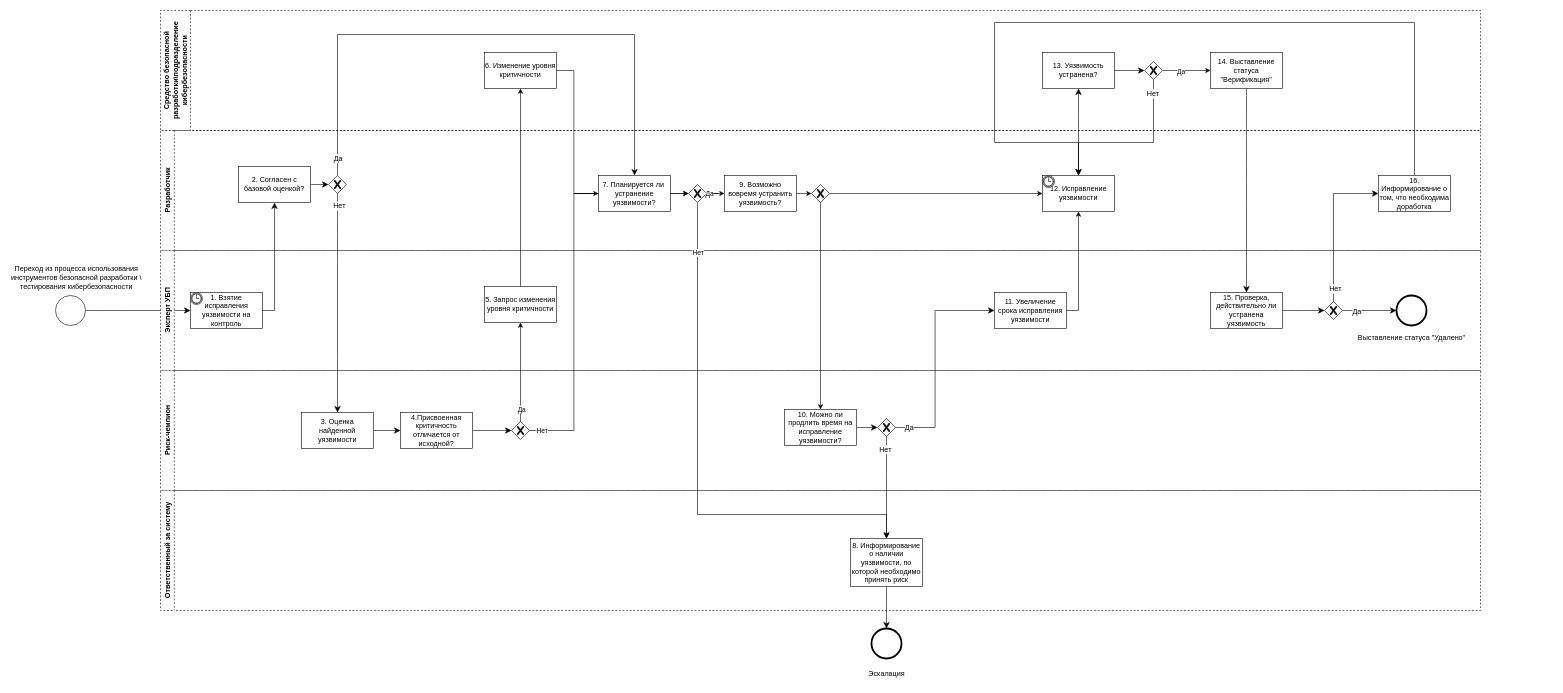
Before: page "Исправление" (3 of 4) of Alfa.drawio in GoluzinaD/Python, a draw.io diagram. Source tidied: cells renumbered, new cells numbered last; positions are measured from the earlier drawing's top-left corner, leaving out a move shared by most shapes. Both pictures are drawn from the tidied source at 60%, with x=0, y=0 at pixel (10, 10).
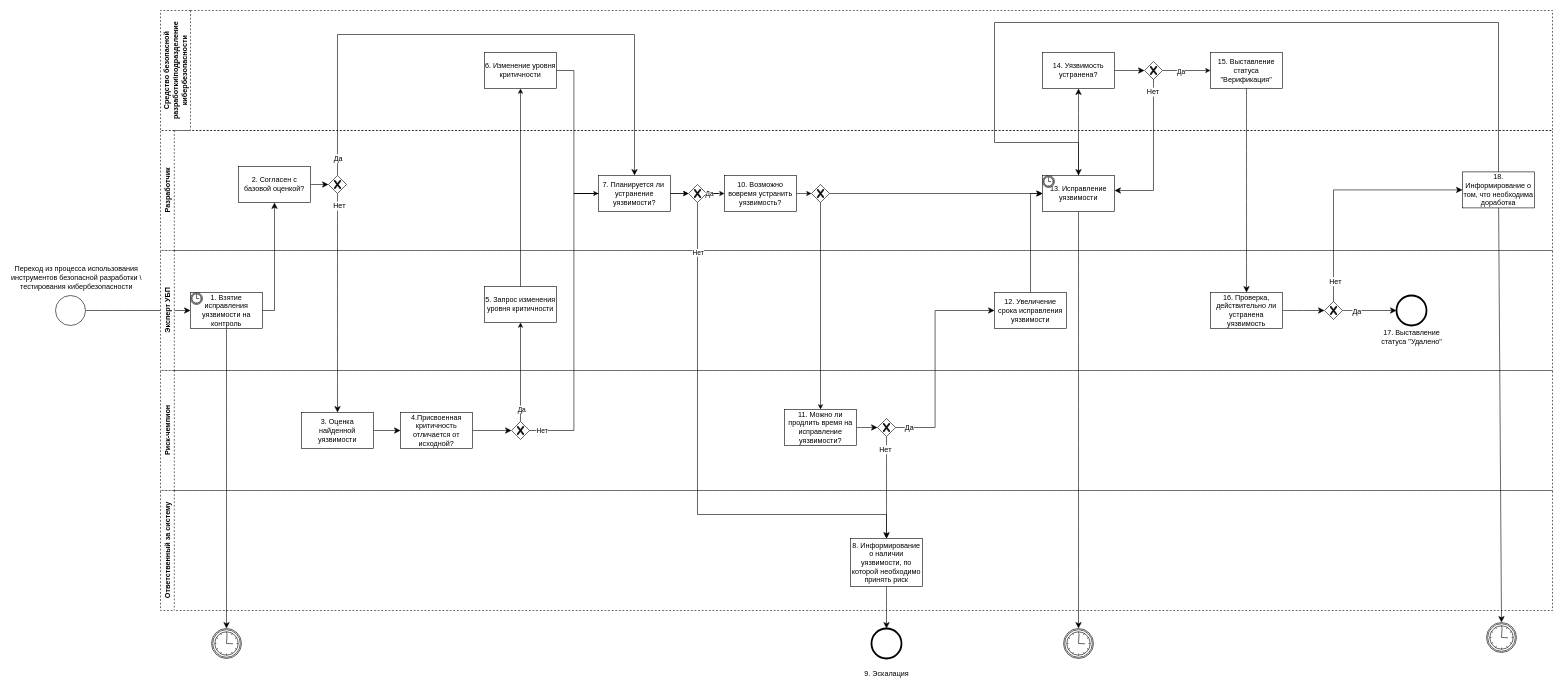
Above is the later version.

Unchanged cells that the change refers to:
```xml
<mxCell id="8" style="points=[[0.25,0.25,0],[0.5,0,0],[0.75,0.25,0],[1,0.5,0],[0.75,0.75,0],[0.5,1,0],[0.25,0.75,0],[0,0.5,0]];shape=mxgraph.bpmn.gateway2;html=1;verticalLabelPosition=bottom;labelBackgroundColor=#ffffff;verticalAlign=top;align=center;perimeter=rhombusPerimeter;outlineConnect=0;outline=none;symbol=none;gwType=exclusive;" parent="5" vertex="1">
  <mxGeometry x="1640" y="85" width="30" height="30" as="geometry" />
</mxCell>
<mxCell id="31" value="1. Взятие исправления уязвимости на контроль" style="rounded=0;whiteSpace=wrap;html=1;" parent="28" vertex="1">
  <mxGeometry x="50" y="70" width="120" height="60" as="geometry" />
</mxCell>
<mxCell id="34" style="points=[[0.25,0.25,0],[0.5,0,0],[0.75,0.25,0],[1,0.5,0],[0.75,0.75,0],[0.5,1,0],[0.25,0.75,0],[0,0.5,0]];shape=mxgraph.bpmn.gateway2;html=1;verticalLabelPosition=bottom;labelBackgroundColor=#ffffff;verticalAlign=top;align=center;perimeter=rhombusPerimeter;outlineConnect=0;outline=none;symbol=none;gwType=exclusive;" parent="28" vertex="1">
  <mxGeometry x="1940" y="85" width="30" height="30" as="geometry" />
</mxCell>
```

Change to the diagram source:
```diff
@@
-    <mxCell id="4" value="Эскалация" style="text;html=1;align=center;verticalAlign=middle;strokeColor=none;fillColor=none;" parent="1" vertex="1">
-      <mxGeometry x="1420" y="1090" width="80" height="30" as="geometry" />
+    <mxCell id="4" value="9. Эскалация" style="text;html=1;align=center;verticalAlign=middle;strokeColor=none;fillColor=none;" parent="1" vertex="1">
+      <mxGeometry x="1410" y="1090" width="100" height="30" as="geometry" />
     </mxCell>
     <mxCell id="5" value="Средство безопасной разработки\подразделение кибербезопасности" style="swimlane;horizontal=0;whiteSpace=wrap;html=1;startSize=50;dashed=1;" parent="1" vertex="1">
-      <mxGeometry x="250" width="2200" height="200" as="geometry" />
+      <mxGeometry x="250" width="2320" height="200" as="geometry" />
     </mxCell>
@@
-    <mxCell id="9" value="14. Выставление статуса &quot;Верификация&quot;" style="rounded=0;whiteSpace=wrap;html=1;" parent="5" vertex="1">
+    <mxCell id="9" value="15. Выставление статуса &quot;Верификация&quot;" style="rounded=0;whiteSpace=wrap;html=1;" parent="5" vertex="1">
       <mxGeometry x="1750" y="70" width="120" height="60" as="geometry" />
     </mxCell>
@@
-    <mxCell id="12" value="13. Уязвимость&lt;br style=&quot;border-color: var(--border-color);&quot;&gt;&lt;span style=&quot;&quot;&gt;устранена?&lt;/span&gt;" style="rounded=0;whiteSpace=wrap;html=1;" parent="5" vertex="1">
+    <mxCell id="12" value="14. Уязвимость&lt;br style=&quot;border-color: var(--border-color);&quot;&gt;&lt;span style=&quot;&quot;&gt;устранена?&lt;/span&gt;" style="rounded=0;whiteSpace=wrap;html=1;" parent="5" vertex="1">
       <mxGeometry x="1470" y="70" width="120" height="60" as="geometry" />
     </mxCell>
     <mxCell id="13" value="Разработчик" style="swimlane;horizontal=0;whiteSpace=wrap;html=1;dashed=1;" parent="1" vertex="1">
-      <mxGeometry x="250" y="200" width="2200" height="200" as="geometry" />
+      <mxGeometry x="250" y="200" width="2320" height="200" as="geometry" />
     </mxCell>
@@
-    <mxCell id="18" value="12. Исправление уязвимости" style="rounded=0;whiteSpace=wrap;html=1;" parent="13" vertex="1">
+    <mxCell id="18" value="13. Исправление уязвимости" style="rounded=0;whiteSpace=wrap;html=1;" parent="13" vertex="1">
       <mxGeometry x="1470" y="75" width="120" height="60" as="geometry" />
     </mxCell>
@@
-    <mxCell id="22" value="9. Возможно&lt;br style=&quot;border-color: var(--border-color);&quot;&gt;&lt;span style=&quot;&quot;&gt;вовремя устранить&lt;/span&gt;&lt;br style=&quot;border-color: var(--border-color);&quot;&gt;&lt;span style=&quot;&quot;&gt;уязвимость?&lt;/span&gt;" style="rounded=0;whiteSpace=wrap;html=1;" parent="13" vertex="1">
+    <mxCell id="22" value="10. Возможно&lt;br style=&quot;border-color: var(--border-color);&quot;&gt;&lt;span style=&quot;&quot;&gt;вовремя устранить&lt;/span&gt;&lt;br style=&quot;border-color: var(--border-color);&quot;&gt;&lt;span style=&quot;&quot;&gt;уязвимость?&lt;/span&gt;" style="rounded=0;whiteSpace=wrap;html=1;" parent="13" vertex="1">
       <mxGeometry x="940" y="75" width="120" height="60" as="geometry" />
     </mxCell>
@@
     <mxCell id="26" style="edgeStyle=orthogonalEdgeStyle;rounded=0;jettySize=auto;html=1;entryX=0.5;entryY=0;entryDx=0;entryDy=0;fontSize=12;startSize=8;endSize=8;" parent="13" edge="1" source="27" target="18">
       <mxGeometry relative="1" as="geometry">
         <Array as="points">
-          <mxPoint x="2090" y="-180" />
+          <mxPoint x="2230" y="-180" />
           <mxPoint x="1390" y="-180" />
           <mxPoint x="1390" y="20" />
           <mxPoint x="1530" y="20" />
         </Array>
       </mxGeometry>
     </mxCell>
-    <mxCell id="27" value="16. Информирование о том, что необходима доработка" style="rounded=0;whiteSpace=wrap;html=1;" parent="13" vertex="1">
-      <mxGeometry x="2030" y="75" width="120" height="60" as="geometry" />
+    <mxCell id="27" value="18. Информирование о том, что необходима доработка" style="rounded=0;whiteSpace=wrap;html=1;" parent="13" vertex="1">
+      <mxGeometry x="2170" y="69" width="120" height="60" as="geometry" />
     </mxCell>
     <mxCell id="28" value="Эксперт УБП" style="swimlane;horizontal=0;whiteSpace=wrap;html=1;dashed=1;" parent="1" vertex="1">
-      <mxGeometry x="250" y="400" width="2200" height="200" as="geometry" />
+      <mxGeometry x="250" y="400" width="2320" height="200" as="geometry" />
     </mxCell>
-    <mxCell id="29" value="11. Увеличение срока исправления уязвимости" style="rounded=0;whiteSpace=wrap;html=1;" parent="28" vertex="1">
+    <mxCell id="29" value="12. Увеличение срока исправления уязвимости" style="rounded=0;whiteSpace=wrap;html=1;" parent="28" vertex="1">
       <mxGeometry x="1390" y="70" width="120" height="60" as="geometry" />
     </mxCell>
@@
-    <mxCell id="37" value="15. Проверка, действительно ли устранена уязвимость" style="rounded=0;whiteSpace=wrap;html=1;" parent="28" vertex="1">
+    <mxCell id="37" value="16. Проверка, действительно ли устранена уязвимость" style="rounded=0;whiteSpace=wrap;html=1;" parent="28" vertex="1">
       <mxGeometry x="1750" y="70" width="120" height="60" as="geometry" />
     </mxCell>
@@
-    <mxCell id="39" value="Выставление статуса &quot;Удалено&quot;" style="text;html=1;align=center;verticalAlign=middle;strokeColor=none;fillColor=none;fontSize=12;" parent="28" vertex="1">
-      <mxGeometry x="1985" y="130" width="200" height="30" as="geometry" />
+    <mxCell id="39" value="17. Выставление &lt;br&gt;статуса &quot;Удалено&quot;" style="text;html=1;align=center;verticalAlign=middle;strokeColor=none;fillColor=none;fontSize=12;" parent="28" vertex="1">
+      <mxGeometry x="2025" y="125" width="120" height="40" as="geometry" />
     </mxCell>
     <mxCell id="40" value="Риск-чемпион" style="swimlane;horizontal=0;whiteSpace=wrap;html=1;dashed=1;" parent="1" vertex="1">
-      <mxGeometry x="250" y="600" width="2200" height="200" as="geometry" />
+      <mxGeometry x="250" y="600" width="2320" height="200" as="geometry" />
     </mxCell>
@@
-    <mxCell id="46" value="10. Можно ли продлить время на исправление уязвимости?" style="rounded=0;whiteSpace=wrap;html=1;" parent="40" vertex="1">
+    <mxCell id="46" value="11. Можно ли продлить время на исправление уязвимости?" style="rounded=0;whiteSpace=wrap;html=1;" parent="40" vertex="1">
       <mxGeometry x="1040" y="65" width="120" height="60" as="geometry" />
     </mxCell>
@@
-    <mxCell id="52" style="edgeStyle=orthogonalEdgeStyle;rounded=0;jettySize=auto;html=1;" parent="1" edge="1" source="29" target="18">
-      <mxGeometry relative="1" as="geometry">
-        <Array as="points">
-          <mxPoint x="1780" y="500" />
-        </Array>
-      </mxGeometry>
-    </mxCell>
@@
     <mxCell id="68" value="Ответственный за систему" style="swimlane;horizontal=0;whiteSpace=wrap;html=1;fontSize=12;dashed=1;" parent="1" vertex="1">
-      <mxGeometry x="250" y="800" width="2200" height="200" as="geometry" />
+      <mxGeometry x="250" y="800" width="2320" height="200" as="geometry" />
     </mxCell>
@@
-    <mxCell id="77" style="edgeStyle=orthogonalEdgeStyle;rounded=0;jettySize=auto;html=1;entryX=0;entryY=0.5;entryDx=0;entryDy=0;fontSize=12;startSize=8;endSize=8;" parent="1" edge="1" source="34" target="27">
+    <mxCell id="77" style="edgeStyle=orthogonalEdgeStyle;rounded=0;jettySize=auto;html=1;fontSize=12;startSize=8;endSize=8;entryX=0;entryY=0.5;entryDx=0;entryDy=0;" parent="1" edge="1" source="34" target="27">
       <mxGeometry relative="1" as="geometry">
         <Array as="points">
-          <mxPoint x="2205" y="305" />
+          <mxPoint x="2205" y="299" />
         </Array>
       </mxGeometry>
     </mxCell>
@@
-    <mxCell id="79" style="edgeStyle=orthogonalEdgeStyle;rounded=0;jettySize=auto;html=1;entryX=0.5;entryY=0;entryDx=0;entryDy=0;fontSize=12;startSize=8;endSize=8;" parent="1" edge="1" source="8" target="18">
+    <mxCell id="79" style="edgeStyle=orthogonalEdgeStyle;rounded=0;jettySize=auto;html=1;fontSize=12;startSize=8;endSize=8;" parent="1" edge="1" source="8" target="18">
       <mxGeometry relative="1" as="geometry">
         <Array as="points">
-          <mxPoint x="1905" y="220" />
-          <mxPoint x="1780" y="220" />
+          <mxPoint x="1905" y="300" />
         </Array>
       </mxGeometry>
     </mxCell>
@@
+    <mxCell id="52" style="edgeStyle=orthogonalEdgeStyle;rounded=0;jettySize=auto;html=1;entryX=0;entryY=0.5;entryDx=0;entryDy=0;fontSize=12;startSize=8;endSize=8;" parent="1" edge="1" source="29" target="18">
+      <mxGeometry relative="1" as="geometry" />
+    </mxCell>
+    <mxCell id="81" style="points=[[0.145,0.145,0],[0.5,0,0],[0.855,0.145,0],[1,0.5,0],[0.855,0.855,0],[0.5,1,0],[0.145,0.855,0],[0,0.5,0]];shape=mxgraph.bpmn.event;html=1;verticalLabelPosition=bottom;labelBackgroundColor=#ffffff;verticalAlign=top;align=center;perimeter=ellipsePerimeter;outlineConnect=0;outline=catching;symbol=timer;fontSize=16;" parent="1" vertex="1">
+      <mxGeometry x="335" y="1030" width="50" height="50" as="geometry" />
+    </mxCell>
+    <mxCell id="82" style="edgeStyle=none;curved=1;rounded=0;jettySize=auto;html=1;entryX=0.5;entryY=0;entryDx=0;entryDy=0;entryPerimeter=0;fontSize=12;startSize=8;endSize=8;" parent="1" edge="1" source="31" target="81">
+      <mxGeometry relative="1" as="geometry" />
+    </mxCell>
+    <mxCell id="83" style="points=[[0.145,0.145,0],[0.5,0,0],[0.855,0.145,0],[1,0.5,0],[0.855,0.855,0],[0.5,1,0],[0.145,0.855,0],[0,0.5,0]];shape=mxgraph.bpmn.event;html=1;verticalLabelPosition=bottom;labelBackgroundColor=#ffffff;verticalAlign=top;align=center;perimeter=ellipsePerimeter;outlineConnect=0;outline=catching;symbol=timer;fontSize=16;" parent="1" vertex="1">
+      <mxGeometry x="1755" y="1030" width="50" height="50" as="geometry" />
+    </mxCell>
+    <mxCell id="84" style="edgeStyle=none;curved=1;rounded=0;jettySize=auto;html=1;entryX=0.5;entryY=0;entryDx=0;entryDy=0;entryPerimeter=0;fontSize=12;startSize=8;endSize=8;" parent="1" edge="1" source="18" target="83">
+      <mxGeometry relative="1" as="geometry" />
+    </mxCell>
+    <mxCell id="85" style="points=[[0.145,0.145,0],[0.5,0,0],[0.855,0.145,0],[1,0.5,0],[0.855,0.855,0],[0.5,1,0],[0.145,0.855,0],[0,0.5,0]];shape=mxgraph.bpmn.event;html=1;verticalLabelPosition=bottom;labelBackgroundColor=#ffffff;verticalAlign=top;align=center;perimeter=ellipsePerimeter;outlineConnect=0;outline=catching;symbol=timer;fontSize=16;" parent="1" vertex="1">
+      <mxGeometry x="2460" y="1020" width="50" height="50" as="geometry" />
+    </mxCell>
+    <mxCell id="86" style="edgeStyle=none;curved=1;rounded=0;jettySize=auto;html=1;entryX=0.5;entryY=0;entryDx=0;entryDy=0;entryPerimeter=0;fontSize=12;startSize=8;endSize=8;" parent="1" edge="1" source="27" target="85">
+      <mxGeometry relative="1" as="geometry" />
+    </mxCell>
```
